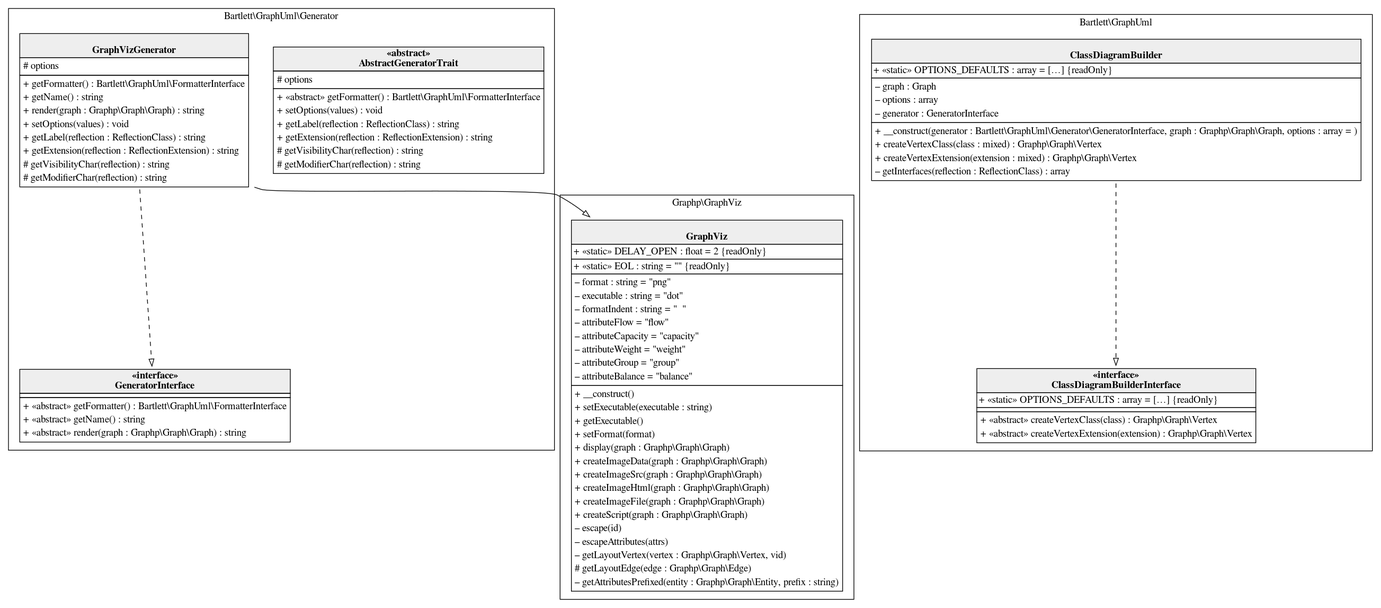
llaville/graph-uml keeps this Graphviz diagram as docs/02_Cookbook/multiple_classes.graphviz.png. Above is the earlier version. Its source is kept beside it as docs/02_Cookbook/multiple_classes.html.gv.
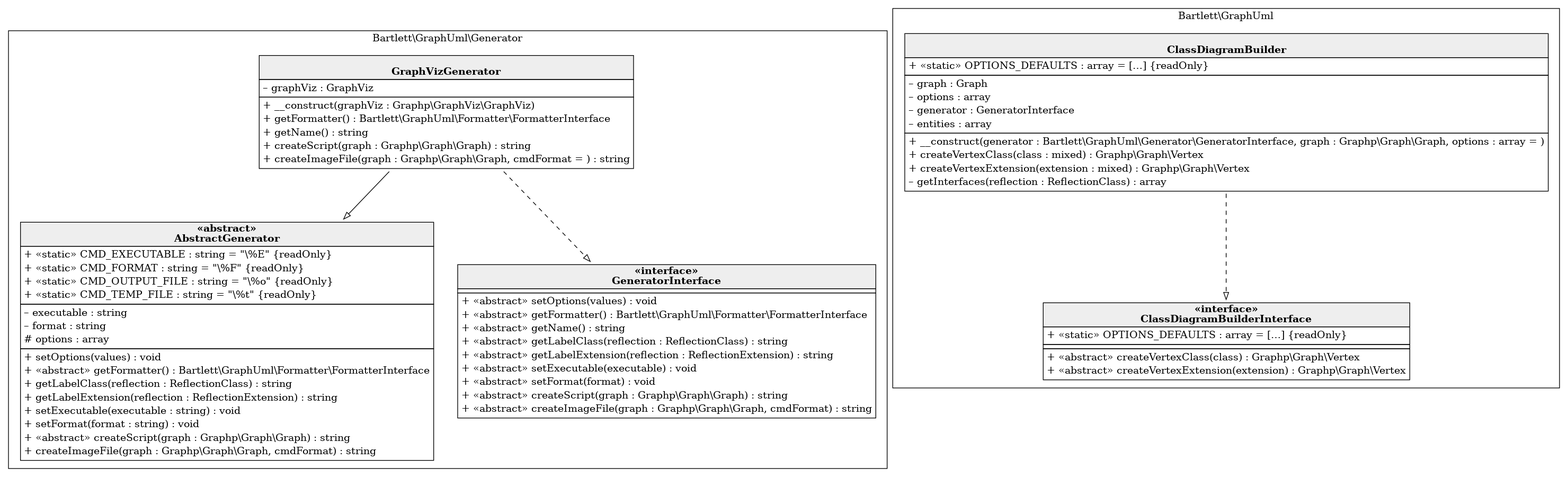
The same file after the commit.

What changed in the source:
```diff
@@ -1,144 +1,97 @@
 digraph {
   subgraph cluster_0 {
     label = "Bartlett\\GraphUml\\Generator"
-    "Bartlett\\GraphUml\\Generator\\AbstractGeneratorTrait" [shape="none" label=<
+    "Bartlett\\GraphUml\\Generator\\GraphVizGenerator" [shape="none" label=<
 <table cellspacing="0" border="0" cellborder="1">
-    <tr><td bgcolor="#eeeeee"><b>«abstract»<br/>AbstractGeneratorTrait</b></td></tr>
-
+    <tr><td bgcolor="#eeeeee"><b><br/>GraphVizGenerator</b></td></tr>
     <tr><td><table border="0" cellspacing="0" cellpadding="2">
-<tr><td align="left"># options</td></tr>
+    <tr><td align="left">– graphViz : GraphViz</td></tr>
 </table></td></tr>
     <tr><td><table border="0" cellspacing="0" cellpadding="2">
-<tr><td align="left">+ «abstract» getFormatter() : Bartlett\\GraphUml\\FormatterInterface</td></tr>
-<tr><td align="left">+ setOptions(values) : void</td></tr>
-<tr><td align="left">+ getLabel(reflection : ReflectionClass) : string</td></tr>
-<tr><td align="left">+ getExtension(reflection : ReflectionExtension) : string</td></tr>
-<tr><td align="left"># getVisibilityChar(reflection) : string</td></tr>
-<tr><td align="left"># getModifierChar(reflection) : string</td></tr>
+    <tr><td align="left">+ __construct(graphViz : Graphp\\GraphViz\\GraphViz)</td></tr>
+    <tr><td align="left">+ getFormatter() : Bartlett\\GraphUml\\Formatter\\FormatterInterface</td></tr>
+    <tr><td align="left">+ getName() : string</td></tr>
+    <tr><td align="left">+ createScript(graph : Graphp\\Graph\\Graph) : string</td></tr>
+    <tr><td align="left">+ createImageFile(graph : Graphp\\Graph\\Graph, cmdFormat = ) : string</td></tr>
+</table></td></tr>
+</table>>]
+    "Bartlett\\GraphUml\\Generator\\AbstractGenerator" [shape="none" label=<
+<table cellspacing="0" border="0" cellborder="1">
+    <tr><td bgcolor="#eeeeee"><b>«abstract»<br/>AbstractGenerator</b></td></tr>
+    <tr><td><table border="0" cellspacing="0" cellpadding="2">
+    <tr><td align="left">+ «static» CMD_EXECUTABLE : string = "\%E" {readOnly}</td></tr>
+    <tr><td align="left">+ «static» CMD_FORMAT : string = "\%F" {readOnly}</td></tr>
+    <tr><td align="left">+ «static» CMD_OUTPUT_FILE : string = "\%o" {readOnly}</td></tr>
+    <tr><td align="left">+ «static» CMD_TEMP_FILE : string = "\%t" {readOnly}</td></tr>
+</table></td></tr>
+    <tr><td><table border="0" cellspacing="0" cellpadding="2">
+    <tr><td align="left">– executable : string</td></tr>
+    <tr><td align="left">– format : string</td></tr>
+    <tr><td align="left"># options : array</td></tr>
+</table></td></tr>
+    <tr><td><table border="0" cellspacing="0" cellpadding="2">
+    <tr><td align="left">+ setOptions(values) : void</td></tr>
+    <tr><td align="left">+ «abstract» getFormatter() : Bartlett\\GraphUml\\Formatter\\FormatterInterface</td></tr>
+    <tr><td align="left">+ getLabelClass(reflection : ReflectionClass) : string</td></tr>
+    <tr><td align="left">+ getLabelExtension(reflection : ReflectionExtension) : string</td></tr>
+    <tr><td align="left">+ setExecutable(executable : string) : void</td></tr>
+    <tr><td align="left">+ setFormat(format : string) : void</td></tr>
+    <tr><td align="left">+ «abstract» createScript(graph : Graphp\\Graph\\Graph) : string</td></tr>
+    <tr><td align="left">+ createImageFile(graph : Graphp\\Graph\\Graph, cmdFormat) : string</td></tr>
 </table></td></tr>
 </table>>]
     "Bartlett\\GraphUml\\Generator\\GeneratorInterface" [shape="none" label=<
 <table cellspacing="0" border="0" cellborder="1">
     <tr><td bgcolor="#eeeeee"><b>«interface»<br/>GeneratorInterface</b></td></tr>
-
     <tr><td></td></tr>
     <tr><td><table border="0" cellspacing="0" cellpadding="2">
-<tr><td align="left">+ «abstract» getFormatter() : Bartlett\\GraphUml\\FormatterInterface</td></tr>
-<tr><td align="left">+ «abstract» getName() : string</td></tr>
-<tr><td align="left">+ «abstract» render(graph : Graphp\\Graph\\Graph) : string</td></tr>
-</table></td></tr>
-</table>>]
-    "Bartlett\\GraphUml\\Generator\\GraphVizGenerator" [shape="none" label=<
-<table cellspacing="0" border="0" cellborder="1">
-    <tr><td bgcolor="#eeeeee"><b><br/>GraphVizGenerator</b></td></tr>
-
-    <tr><td><table border="0" cellspacing="0" cellpadding="2">
-<tr><td align="left"># options</td></tr>
-</table></td></tr>
-    <tr><td><table border="0" cellspacing="0" cellpadding="2">
-<tr><td align="left">+ getFormatter() : Bartlett\\GraphUml\\FormatterInterface</td></tr>
-<tr><td align="left">+ getName() : string</td></tr>
-<tr><td align="left">+ render(graph : Graphp\\Graph\\Graph) : string</td></tr>
-<tr><td align="left">+ setOptions(values) : void</td></tr>
-<tr><td align="left">+ getLabel(reflection : ReflectionClass) : string</td></tr>
-<tr><td align="left">+ getExtension(reflection : ReflectionExtension) : string</td></tr>
-<tr><td align="left"># getVisibilityChar(reflection) : string</td></tr>
-<tr><td align="left"># getModifierChar(reflection) : string</td></tr>
-</table></td></tr>
-</table>>]
-    "Bartlett\\GraphUml\\Generator\\GeneratorInterface" [shape="none" label=<
-<table cellspacing="0" border="0" cellborder="1">
-    <tr><td bgcolor="#eeeeee"><b>«interface»<br/>GeneratorInterface</b></td></tr>
-
-    <tr><td></td></tr>
-    <tr><td><table border="0" cellspacing="0" cellpadding="2">
-<tr><td align="left">+ «abstract» getFormatter() : Bartlett\\GraphUml\\FormatterInterface</td></tr>
-<tr><td align="left">+ «abstract» getName() : string</td></tr>
-<tr><td align="left">+ «abstract» render(graph : Graphp\\Graph\\Graph) : string</td></tr>
+    <tr><td align="left">+ «abstract» setOptions(values) : void</td></tr>
+    <tr><td align="left">+ «abstract» getFormatter() : Bartlett\\GraphUml\\Formatter\\FormatterInterface</td></tr>
+    <tr><td align="left">+ «abstract» getName() : string</td></tr>
+    <tr><td align="left">+ «abstract» getLabelClass(reflection : ReflectionClass) : string</td></tr>
+    <tr><td align="left">+ «abstract» getLabelExtension(reflection : ReflectionExtension) : string</td></tr>
+    <tr><td align="left">+ «abstract» setExecutable(executable) : void</td></tr>
+    <tr><td align="left">+ «abstract» setFormat(format) : void</td></tr>
+    <tr><td align="left">+ «abstract» createScript(graph : Graphp\\Graph\\Graph) : string</td></tr>
+    <tr><td align="left">+ «abstract» createImageFile(graph : Graphp\\Graph\\Graph, cmdFormat) : string</td></tr>
 </table></td></tr>
 </table>>]
   }
   subgraph cluster_1 {
-    label = "Graphp\\GraphViz"
-    "Graphp\\GraphViz\\GraphViz" [shape="none" label=<
-<table cellspacing="0" border="0" cellborder="1">
-    <tr><td bgcolor="#eeeeee"><b><br/>GraphViz</b></td></tr>
-    <tr><td align="left">+ «static» DELAY_OPEN : float = 2 {readOnly}</td></tr>
-<tr><td align="left">+ «static» EOL : string = "
-" {readOnly}</td></tr>
-
-    <tr><td><table border="0" cellspacing="0" cellpadding="2">
-<tr><td align="left">– format : string = "png"</td></tr>
-<tr><td align="left">– executable : string = "dot"</td></tr>
-<tr><td align="left">– formatIndent : string = "  "</td></tr>
-<tr><td align="left">– attributeFlow = "flow"</td></tr>
-<tr><td align="left">– attributeCapacity = "capacity"</td></tr>
-<tr><td align="left">– attributeWeight = "weight"</td></tr>
-<tr><td align="left">– attributeGroup = "group"</td></tr>
-<tr><td align="left">– attributeBalance = "balance"</td></tr>
-</table></td></tr>
-    <tr><td><table border="0" cellspacing="0" cellpadding="2">
-<tr><td align="left">+ __construct()</td></tr>
-<tr><td align="left">+ setExecutable(executable : string)</td></tr>
-<tr><td align="left">+ getExecutable()</td></tr>
-<tr><td align="left">+ setFormat(format)</td></tr>
-<tr><td align="left">+ display(graph : Graphp\\Graph\\Graph)</td></tr>
-<tr><td align="left">+ createImageData(graph : Graphp\\Graph\\Graph)</td></tr>
-<tr><td align="left">+ createImageSrc(graph : Graphp\\Graph\\Graph)</td></tr>
-<tr><td align="left">+ createImageHtml(graph : Graphp\\Graph\\Graph)</td></tr>
-<tr><td align="left">+ createImageFile(graph : Graphp\\Graph\\Graph)</td></tr>
-<tr><td align="left">+ createScript(graph : Graphp\\Graph\\Graph)</td></tr>
-<tr><td align="left">– escape(id)</td></tr>
-<tr><td align="left">– escapeAttributes(attrs)</td></tr>
-<tr><td align="left">– getLayoutVertex(vertex : Graphp\\Graph\\Vertex, vid)</td></tr>
-<tr><td align="left"># getLayoutEdge(edge : Graphp\\Graph\\Edge)</td></tr>
-<tr><td align="left">– getAttributesPrefixed(entity : Graphp\\Graph\\Entity, prefix : string)</td></tr>
-</table></td></tr>
-</table>>]
-  }
-  subgraph cluster_2 {
     label = "Bartlett\\GraphUml"
     "Bartlett\\GraphUml\\ClassDiagramBuilder" [shape="none" label=<
 <table cellspacing="0" border="0" cellborder="1">
     <tr><td bgcolor="#eeeeee"><b><br/>ClassDiagramBuilder</b></td></tr>
+    <tr><td><table border="0" cellspacing="0" cellpadding="2">
     <tr><td align="left">+ «static» OPTIONS_DEFAULTS : array = […] {readOnly}</td></tr>
-
-    <tr><td><table border="0" cellspacing="0" cellpadding="2">
-<tr><td align="left">– graph : Graph</td></tr>
-<tr><td align="left">– options : array</td></tr>
-<tr><td align="left">– generator : GeneratorInterface</td></tr>
 </table></td></tr>
     <tr><td><table border="0" cellspacing="0" cellpadding="2">
-<tr><td align="left">+ __construct(generator : Bartlett\\GraphUml\\Generator\\GeneratorInterface, graph : Graphp\\Graph\\Graph, options : array = )</td></tr>
-<tr><td align="left">+ createVertexClass(class : mixed) : Graphp\\Graph\\Vertex</td></tr>
-<tr><td align="left">+ createVertexExtension(extension : mixed) : Graphp\\Graph\\Vertex</td></tr>
-<tr><td align="left">– getInterfaces(reflection : ReflectionClass) : array</td></tr>
+    <tr><td align="left">– graph : Graph</td></tr>
+    <tr><td align="left">– options : array</td></tr>
+    <tr><td align="left">– generator : GeneratorInterface</td></tr>
+    <tr><td align="left">– entities : array</td></tr>
+</table></td></tr>
+    <tr><td><table border="0" cellspacing="0" cellpadding="2">
+    <tr><td align="left">+ __construct(generator : Bartlett\\GraphUml\\Generator\\GeneratorInterface, graph : Graphp\\Graph\\Graph, options : array = )</td></tr>
+    <tr><td align="left">+ createVertexClass(class : mixed) : Graphp\\Graph\\Vertex</td></tr>
+    <tr><td align="left">+ createVertexExtension(extension : mixed) : Graphp\\Graph\\Vertex</td></tr>
+    <tr><td align="left">– getInterfaces(reflection : ReflectionClass) : array</td></tr>
 </table></td></tr>
 </table>>]
     "Bartlett\\GraphUml\\ClassDiagramBuilderInterface" [shape="none" label=<
 <table cellspacing="0" border="0" cellborder="1">
     <tr><td bgcolor="#eeeeee"><b>«interface»<br/>ClassDiagramBuilderInterface</b></td></tr>
+    <tr><td><table border="0" cellspacing="0" cellpadding="2">
     <tr><td align="left">+ «static» OPTIONS_DEFAULTS : array = […] {readOnly}</td></tr>
-
+</table></td></tr>
     <tr><td></td></tr>
     <tr><td><table border="0" cellspacing="0" cellpadding="2">
-<tr><td align="left">+ «abstract» createVertexClass(class) : Graphp\\Graph\\Vertex</td></tr>
-<tr><td align="left">+ «abstract» createVertexExtension(extension) : Graphp\\Graph\\Vertex</td></tr>
-</table></td></tr>
-</table>>]
-    "Bartlett\\GraphUml\\ClassDiagramBuilderInterface" [shape="none" label=<
-<table cellspacing="0" border="0" cellborder="1">
-    <tr><td bgcolor="#eeeeee"><b>«interface»<br/>ClassDiagramBuilderInterface</b></td></tr>
-    <tr><td align="left">+ «static» OPTIONS_DEFAULTS : array = […] {readOnly}</td></tr>
-
-    <tr><td></td></tr>
-    <tr><td><table border="0" cellspacing="0" cellpadding="2">
-<tr><td align="left">+ «abstract» createVertexClass(class) : Graphp\\Graph\\Vertex</td></tr>
-<tr><td align="left">+ «abstract» createVertexExtension(extension) : Graphp\\Graph\\Vertex</td></tr>
+    <tr><td align="left">+ «abstract» createVertexClass(class) : Graphp\\Graph\\Vertex</td></tr>
+    <tr><td align="left">+ «abstract» createVertexExtension(extension) : Graphp\\Graph\\Vertex</td></tr>
 </table></td></tr>
 </table>>]
   }
-  "Bartlett\\GraphUml\\Generator\\GraphVizGenerator" -> "Graphp\\GraphViz\\GraphViz" [arrowhead="empty"]
+  "Bartlett\\GraphUml\\Generator\\GraphVizGenerator" -> "Bartlett\\GraphUml\\Generator\\AbstractGenerator" [arrowhead="empty" style="filled"]
   "Bartlett\\GraphUml\\Generator\\GraphVizGenerator" -> "Bartlett\\GraphUml\\Generator\\GeneratorInterface" [arrowhead="empty" style="dashed"]
   "Bartlett\\GraphUml\\ClassDiagramBuilder" -> "Bartlett\\GraphUml\\ClassDiagramBuilderInterface" [arrowhead="empty" style="dashed"]
 }
```
